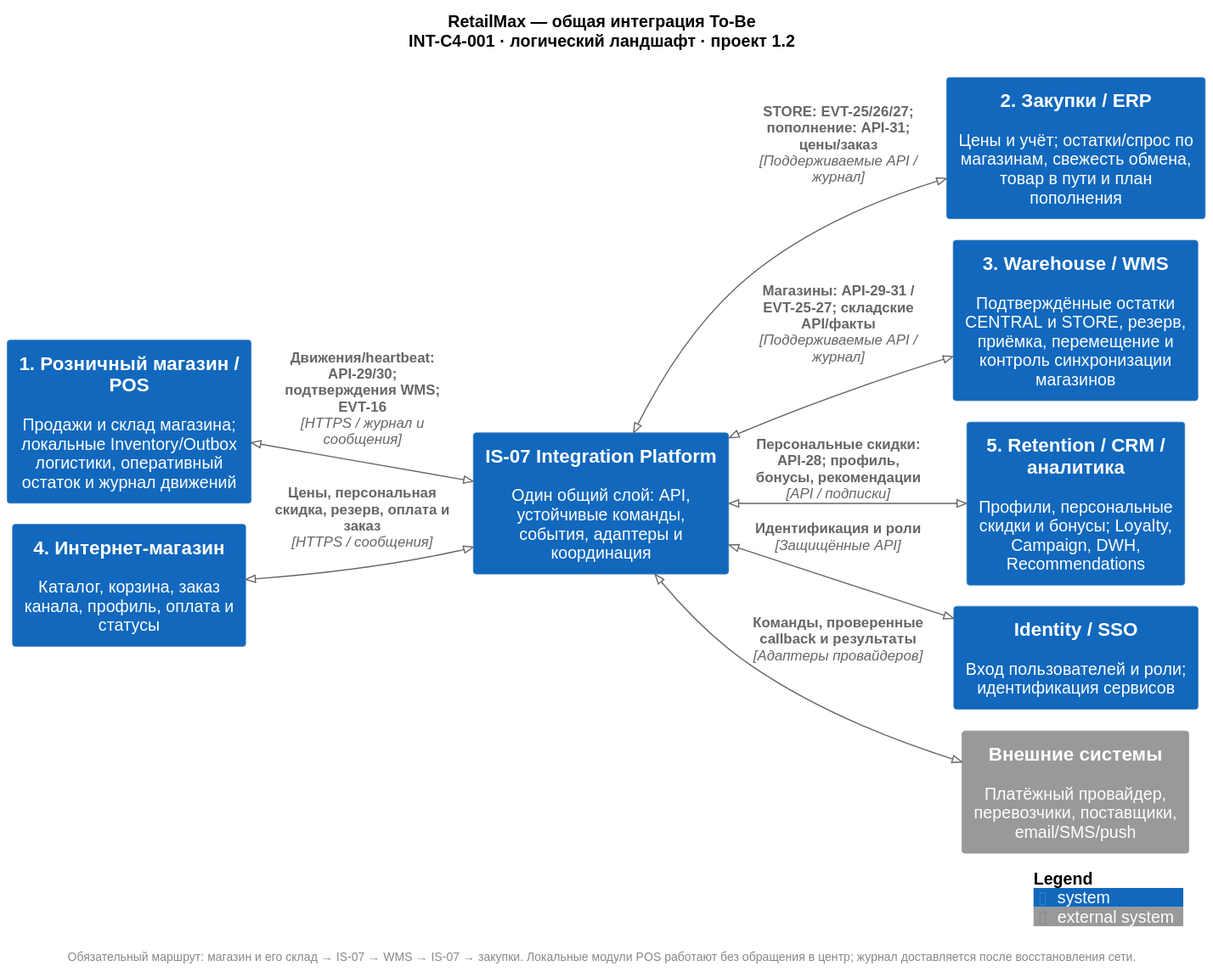
This is 06_integration_architecture/diagrams/INT-C4-001-landscape.svg from rsingatulin/hse_architecture, a PlantUML export, as it was before one commit.
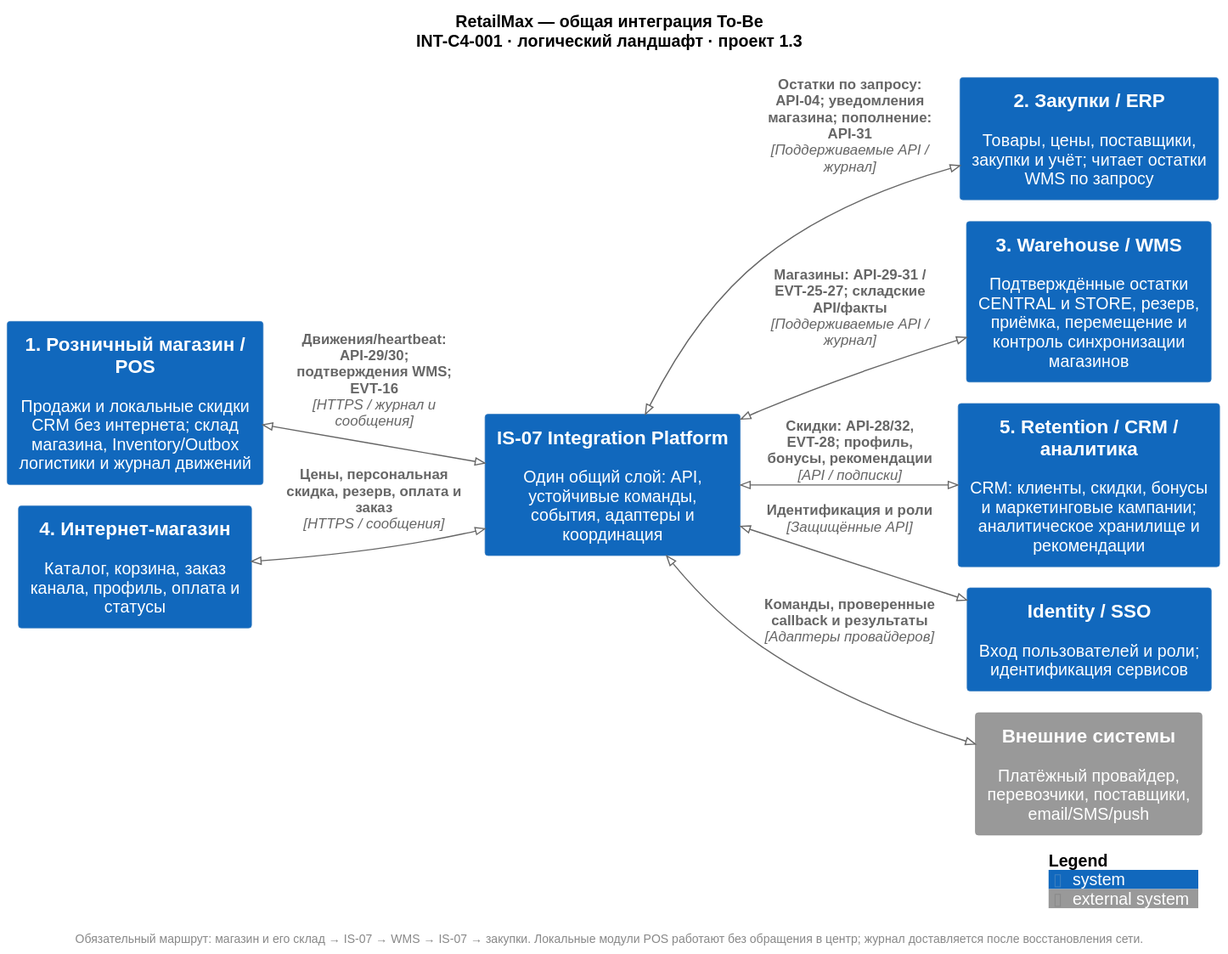
The same diagram one commit later.

Diff of the diagram source:
```diff
@@ -4,20 +4,20 @@
 LAYOUT_LEFT_RIGHT()
 skinparam defaultFontName Arial
 skinparam backgroundColor white
-title RetailMax — общая интеграция To-Be\nINT-C4-001 · логический ландшафт · проект 1.2
-System(pos, "1. Розничный магазин / POS", "Продажи и склад магазина; локальные Inventory/Outbox логистики, оперативный остаток и журнал движений")
+title RetailMax — общая интеграция To-Be\nINT-C4-001 · логический ландшафт · проект 1.3
+System(pos, "1. Розничный магазин / POS", "Продажи и локальные скидки CRM без интернета; склад магазина, Inventory/Outbox логистики и журнал движений")
 System(shop, "4. Интернет-магазин", "Каталог, корзина, заказ канала, профиль, оплата и статусы")
 System(ip, "IS-07 Integration Platform", "Один общий слой: API, устойчивые команды, события, адаптеры и координация")
-System(erp, "2. Закупки / ERP", "Цены и учёт; остатки/спрос по магазинам, свежесть обмена, товар в пути и план пополнения")
+System(erp, "2. Закупки / ERP", "Товары, цены, поставщики, закупки и учёт; читает остатки WMS по запросу")
 System(wms, "3. Warehouse / WMS", "Подтверждённые остатки CENTRAL и STORE, резерв, приёмка, перемещение и контроль синхронизации магазинов")
-System(ret, "5. Retention / CRM / аналитика", "Профили, персональные скидки и бонусы; Loyalty, Campaign, DWH, Recommendations")
+System(ret, "5. Retention / CRM / аналитика", "CRM: клиенты, скидки, бонусы и маркетинговые кампании; аналитическое хранилище и рекомендации")
 System(shared, "Identity / SSO", "Вход пользователей и роли; идентификация сервисов")
 System_Ext(ext, "Внешние системы", "Платёжный провайдер, перевозчики, поставщики, email/SMS/push")
 BiRel(pos, ip, "Движения/heartbeat: API-29/30; подтверждения WMS; EVT-16", "HTTPS / журнал и сообщения")
 BiRel(shop, ip, "Цены, персональная скидка, резерв, оплата и заказ", "HTTPS / сообщения")
-BiRel(ip, erp, "STORE: EVT-25/26/27; пополнение: API-31; цены/заказ", "Поддерживаемые API / журнал")
+BiRel(ip, erp, "Остатки по запросу: API-04; уведомления магазина; пополнение: API-31", "Поддерживаемые API / журнал")
 BiRel(ip, wms, "Магазины: API-29-31 / EVT-25-27; складские API/факты", "Поддерживаемые API / журнал")
-BiRel(ip, ret, "Персональные скидки: API-28; профиль, бонусы, рекомендации", "API / подписки")
+BiRel(ip, ret, "Скидки: API-28/32, EVT-28; профиль, бонусы, рекомендации", "API / подписки")
 BiRel(ip, shared, "Идентификация и роли", "Защищённые API")
 BiRel(ip, ext, "Команды, проверенные callback и результаты", "Адаптеры провайдеров")
 SHOW_LEGEND()
```
